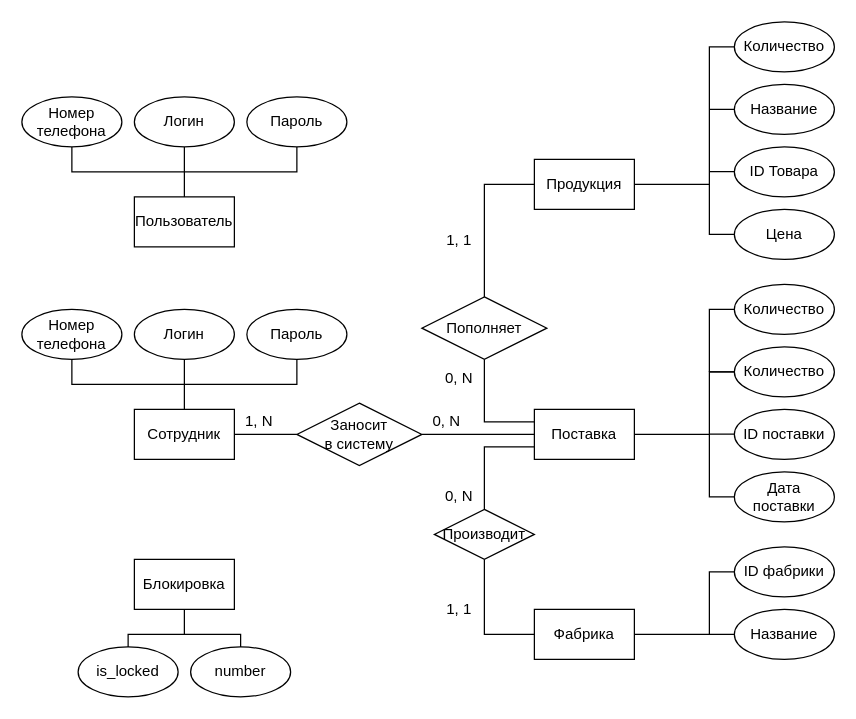
This is КМПО V2.0.drawio from marsek4/ssp, a draw.io file, before an edit. Source tidied: cells renumbered, new cells numbered last; positions are measured from the earlier drawing's top-left corner, leaving out a move shared by most shapes. Both pictures are drawn from the tidied source at 125%, with x=0, y=0 at pixel (21, 21).
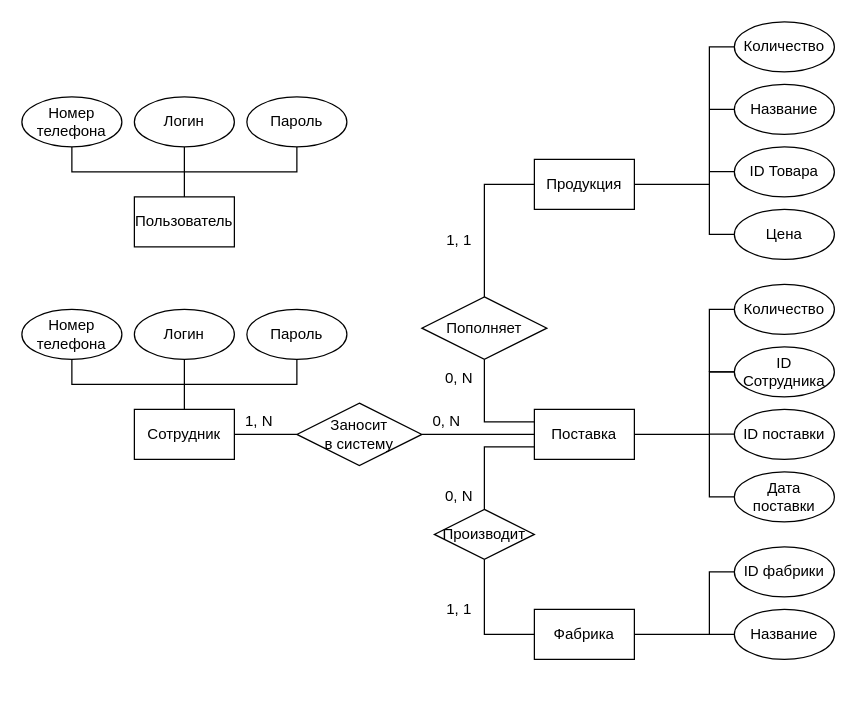
The same diagram, later.

The edit, as a diff of the source:
```diff
@@
-    <mxCell id="12" value="Количество" style="ellipse;whiteSpace=wrap;html=1;" parent="1" vertex="1">
+    <mxCell id="12" value="ID Сотрудника" style="ellipse;whiteSpace=wrap;html=1;" parent="1" vertex="1">
       <mxGeometry x="570" y="260" width="80" height="40" as="geometry" />
     </mxCell>
@@
-    <mxCell id="53" value="Блокировка" style="rounded=0;whiteSpace=wrap;html=1;" parent="1" vertex="1">
-      <mxGeometry x="90" y="430" width="80" height="40" as="geometry" />
-    </mxCell>
-    <mxCell id="54" value="is_locked" style="ellipse;whiteSpace=wrap;html=1;" parent="1" vertex="1">
-      <mxGeometry x="45" y="500" width="80" height="40" as="geometry" />
-    </mxCell>
-    <mxCell id="55" value="number" style="ellipse;whiteSpace=wrap;html=1;" parent="1" vertex="1">
-      <mxGeometry x="135" y="500" width="80" height="40" as="geometry" />
-    </mxCell>
-    <mxCell id="56" style="endArrow=none;html=1;rounded=0;exitX=0.5;exitY=0;exitDx=0;exitDy=0;entryX=0.5;entryY=0;entryDx=0;entryDy=0;" parent="1" edge="1" source="54" target="55">
-      <mxGeometry relative="1" as="geometry">
-        <Array as="points">
-          <mxPoint x="85" y="490" />
-          <mxPoint x="175" y="490" />
-        </Array>
-      </mxGeometry>
-    </mxCell>
-    <mxCell id="57" style="endArrow=none;html=1;rounded=0;entryX=0.5;entryY=1;entryDx=0;entryDy=0;" parent="1" edge="1" target="53">
-      <mxGeometry relative="1" as="geometry">
-        <mxPoint x="130" y="490" as="sourcePoint" />
-      </mxGeometry>
-    </mxCell>
```
